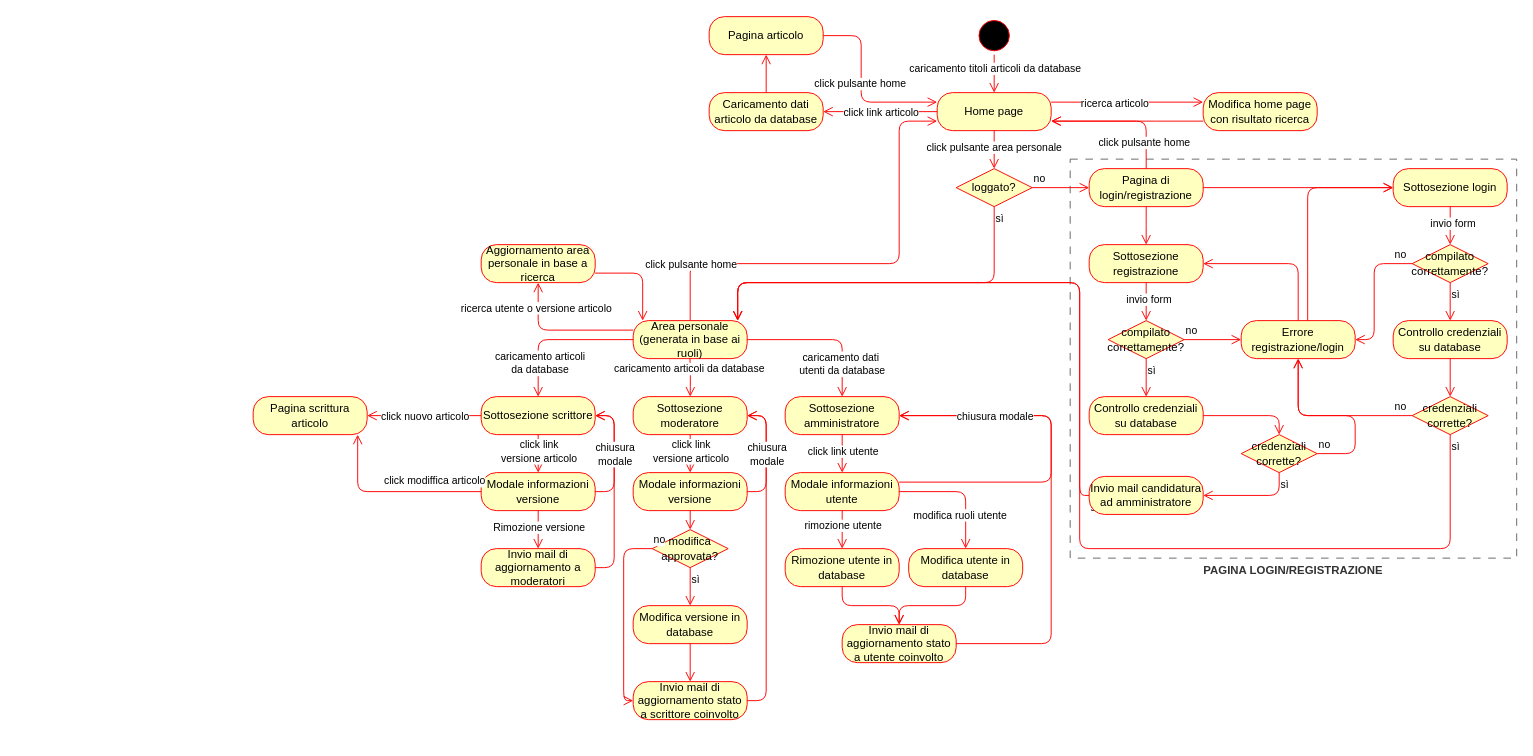
LucaAvveduto/5C_WikiStudenti_Avveduto_Barani_Brambilla_Cecire keeps this draw.io diagram as docs/UML/wikistudenti_home_login_register_stato.drawio. Above is the earlier version. Source tidied: cells renumbered, new cells numbered last; positions are measured from the earlier drawing's top-left corner, leaving out a move shared by most shapes. Both pictures are drawn from the tidied source at 95%, with x=0, y=0 at pixel (253, 16).
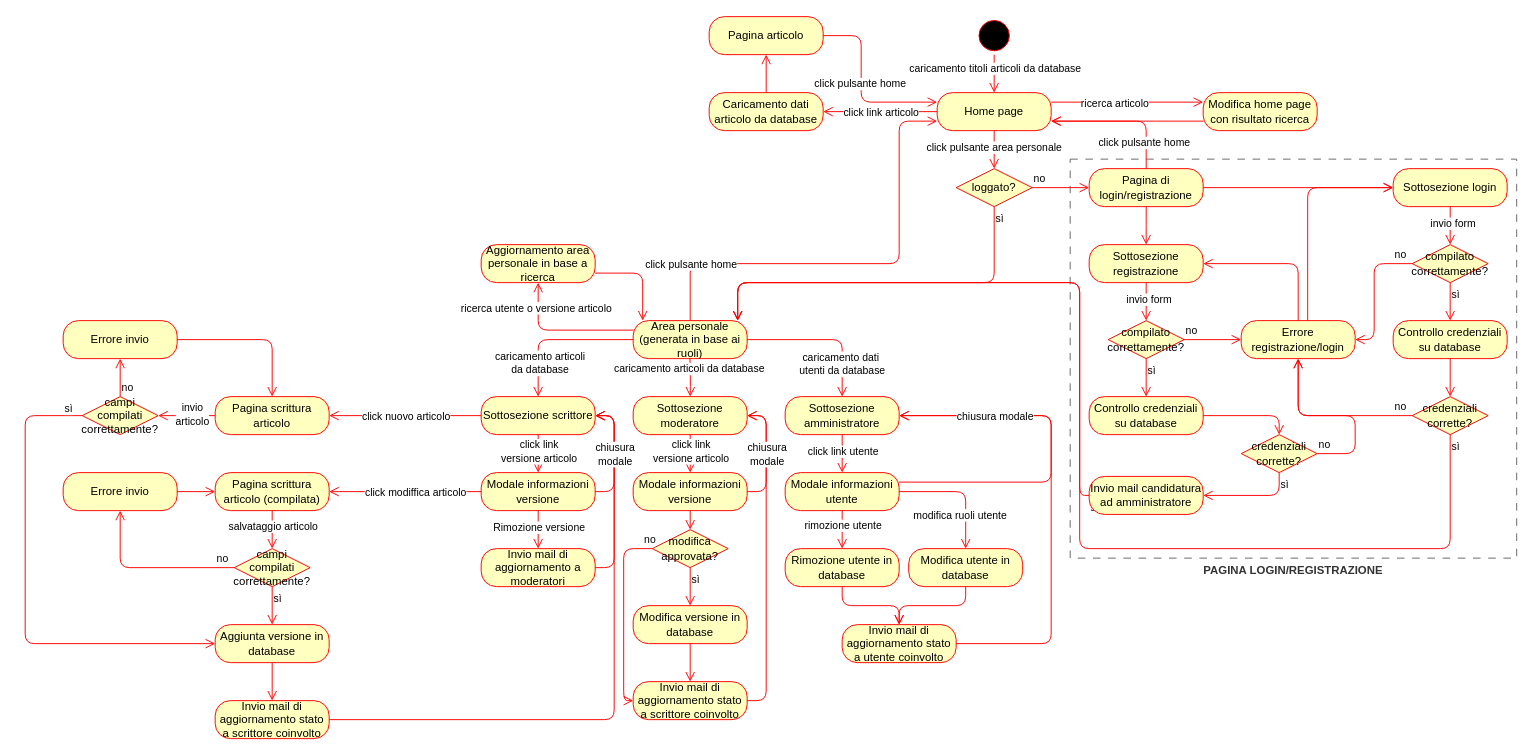
The same page after the edit.

Commit message:
agg uml

The change refers to these unchanged cells:
```xml
<mxCell id="64" value="Sottosezione scrittore" style="rounded=1;whiteSpace=wrap;html=1;arcSize=40;fontColor=#000000;fillColor=#ffffc0;strokeColor=#ff0000;" parent="1" vertex="1">
  <mxGeometry x="240" y="400" width="120" height="40" as="geometry" />
</mxCell>
<mxCell id="85" value="Invio mail di aggiornamento stato a scrittore coinvolto" style="rounded=1;whiteSpace=wrap;html=1;arcSize=40;fontColor=#000000;fillColor=#ffffc0;strokeColor=#ff0000;" parent="1" vertex="1">
  <mxGeometry x="400" y="700" width="120" height="40" as="geometry" />
</mxCell>
<mxCell id="96" style="edgeStyle=orthogonalEdgeStyle;html=1;verticalAlign=bottom;endArrow=open;endSize=8;strokeColor=#ff0000;" parent="1" edge="1" source="64" target="95">
  <mxGeometry relative="1" as="geometry" />
</mxCell>
<mxCell id="98" value="&lt;span style=&quot;color: rgb(0, 0, 0);&quot;&gt;Modale informazioni versione&lt;/span&gt;" style="rounded=1;whiteSpace=wrap;html=1;arcSize=40;fontColor=#000000;fillColor=#ffffc0;strokeColor=#ff0000;" parent="1" vertex="1">
  <mxGeometry x="240" y="480" width="120" height="40" as="geometry" />
</mxCell>
<mxCell id="107" style="edgeStyle=orthogonalEdgeStyle;html=1;verticalAlign=bottom;endArrow=open;endSize=8;strokeColor=#ff0000;" parent="1" edge="1" source="98" target="64">
  <mxGeometry relative="1" as="geometry">
    <Array as="points">
      <mxPoint x="380" y="500" />
      <mxPoint x="380" y="420" />
    </Array>
  </mxGeometry>
</mxCell>
<mxCell id="109" value="modifica&lt;div&gt;approvata?&lt;/div&gt;" style="rhombus;whiteSpace=wrap;html=1;fontColor=#000000;fillColor=#ffffc0;strokeColor=#ff0000;" parent="1" vertex="1">
  <mxGeometry x="420" y="540" width="80" height="40" as="geometry" />
</mxCell>
```

What changed in the source:
```diff
@@
     <mxCell id="95" value="Pagina scrittura articolo" style="rounded=1;whiteSpace=wrap;html=1;arcSize=40;fontColor=#000000;fillColor=#ffffc0;strokeColor=#ff0000;" parent="1" vertex="1">
-      <mxGeometry y="400" width="120" height="40" as="geometry" />
+      <mxGeometry x="-40" y="400" width="120" height="40" as="geometry" />
     </mxCell>
@@
     <mxCell id="97" value="click nuovo articolo" style="edgeLabel;html=1;align=center;verticalAlign=middle;" parent="96" vertex="1">
       <mxGeometry x="0.55" y="1" relative="1" as="geometry">
-        <mxPoint x="33" y="-1" as="offset" />
+        <mxPoint x="44" y="-1" as="offset" />
       </mxGeometry>
     </mxCell>
@@
-    <mxCell id="101" style="edgeStyle=orthogonalEdgeStyle;html=1;verticalAlign=bottom;endArrow=open;endSize=8;strokeColor=#ff0000;" parent="1" edge="1" source="98" target="95">
-      <mxGeometry relative="1" as="geometry">
-        <Array as="points">
-          <mxPoint x="110" y="500" />
-        </Array>
-      </mxGeometry>
+    <mxCell id="101" style="edgeStyle=orthogonalEdgeStyle;html=1;verticalAlign=bottom;endArrow=open;endSize=8;strokeColor=#ff0000;" parent="1" edge="1" source="98" target="113">
+      <mxGeometry relative="1" as="geometry" />
     </mxCell>
     <mxCell id="102" value="click modiffica articolo" style="edgeLabel;html=1;align=center;verticalAlign=middle;" parent="101" vertex="1">
       <mxGeometry x="0.55" y="1" relative="1" as="geometry">
-        <mxPoint x="81" y="5" as="offset" />
+        <mxPoint x="54" y="-1" as="offset" />
       </mxGeometry>
     </mxCell>
@@
-    <mxCell id="108" value="chiusura&lt;div&gt;modale&lt;/div&gt;" style="edgeLabel;html=1;align=center;verticalAlign=middle;" parent="107" vertex="1">
-      <mxGeometry x="0.6" y="3" relative="1" as="geometry">
-        <mxPoint x="3" y="36" as="offset" />
-      </mxGeometry>
-    </mxCell>
@@
     <mxCell id="110" value="no" style="edgeStyle=orthogonalEdgeStyle;html=1;align=left;verticalAlign=bottom;endArrow=open;endSize=8;strokeColor=#ff0000;" parent="1" edge="1" source="109" target="85">
-      <mxGeometry x="-1" relative="1" as="geometry">
+      <mxGeometry x="-0.9" relative="1" as="geometry">
         <Array as="points">
           <mxPoint x="390" y="560" />
           <mxPoint x="390" y="720" />
         </Array>
       </mxGeometry>
     </mxCell>
@@
+    <mxCell id="113" value="Pagina scrittura articolo (compilata)" style="rounded=1;whiteSpace=wrap;html=1;arcSize=40;fontColor=#000000;fillColor=#ffffc0;strokeColor=#ff0000;" parent="1" vertex="1">
+      <mxGeometry x="-40" y="480" width="120" height="40" as="geometry" />
+    </mxCell>
+    <mxCell id="114" value="campi compilati correttamente?" style="rhombus;whiteSpace=wrap;html=1;fontColor=#000000;fillColor=#ffffc0;strokeColor=#ff0000;" parent="1" vertex="1">
+      <mxGeometry x="-20" y="560" width="80" height="40" as="geometry" />
+    </mxCell>
+    <mxCell id="115" value="no" style="edgeStyle=orthogonalEdgeStyle;html=1;align=left;verticalAlign=bottom;endArrow=open;endSize=8;strokeColor=#ff0000;" parent="1" edge="1" source="114" target="125">
+      <mxGeometry x="-0.78" relative="1" as="geometry" />
+    </mxCell>
+    <mxCell id="116" value="sì" style="edgeStyle=orthogonalEdgeStyle;html=1;align=left;verticalAlign=top;endArrow=open;endSize=8;strokeColor=#ff0000;" parent="1" edge="1" source="114" target="121">
+      <mxGeometry x="-1" relative="1" as="geometry" />
+    </mxCell>
+    <mxCell id="117" style="edgeStyle=orthogonalEdgeStyle;html=1;verticalAlign=bottom;endArrow=open;endSize=8;strokeColor=#ff0000;" parent="1" edge="1" source="95" target="122">
+      <mxGeometry relative="1" as="geometry" />
+    </mxCell>
+    <mxCell id="118" value="invio&lt;div&gt;articolo&lt;/div&gt;" style="edgeLabel;html=1;align=center;verticalAlign=middle;" parent="117" vertex="1">
+      <mxGeometry x="0.08" y="-2" relative="1" as="geometry">
+        <mxPoint x="7" as="offset" />
+      </mxGeometry>
+    </mxCell>
+    <mxCell id="119" style="edgeStyle=orthogonalEdgeStyle;html=1;verticalAlign=bottom;endArrow=open;endSize=8;strokeColor=#ff0000;" parent="1" edge="1" source="113" target="114">
+      <mxGeometry relative="1" as="geometry" />
+    </mxCell>
+    <mxCell id="120" value="salvataggio articolo" style="edgeLabel;html=1;align=center;verticalAlign=middle;" parent="119" vertex="1">
+      <mxGeometry x="0.55" y="1" relative="1" as="geometry">
+        <mxPoint x="-1" y="-15" as="offset" />
+      </mxGeometry>
+    </mxCell>
+    <mxCell id="121" value="Aggiunta versione in database" style="rounded=1;whiteSpace=wrap;html=1;arcSize=40;fontColor=#000000;fillColor=#ffffc0;strokeColor=#ff0000;" parent="1" vertex="1">
+      <mxGeometry x="-40" y="640" width="120" height="40" as="geometry" />
+    </mxCell>
+    <mxCell id="122" value="&lt;span style=&quot;color: rgb(0, 0, 0);&quot;&gt;campi compilati correttamente?&lt;/span&gt;" style="rhombus;whiteSpace=wrap;html=1;fontColor=#000000;fillColor=#ffffc0;strokeColor=#ff0000;" parent="1" vertex="1">
+      <mxGeometry x="-180" y="400" width="80" height="40" as="geometry" />
+    </mxCell>
+    <mxCell id="123" value="no" style="edgeStyle=orthogonalEdgeStyle;html=1;align=left;verticalAlign=bottom;endArrow=open;endSize=8;strokeColor=#ff0000;" parent="1" edge="1" source="122" target="127">
+      <mxGeometry x="-1" relative="1" as="geometry" />
+    </mxCell>
+    <mxCell id="124" value="sì" style="edgeStyle=orthogonalEdgeStyle;html=1;align=left;verticalAlign=top;endArrow=open;endSize=8;strokeColor=#ff0000;" parent="1" edge="1" source="122" target="121">
+      <mxGeometry x="-0.92" y="-20" relative="1" as="geometry">
+        <Array as="points">
+          <mxPoint x="-240" y="420" />
+          <mxPoint x="-240" y="660" />
+        </Array>
+      </mxGeometry>
+    </mxCell>
+    <mxCell id="125" value="Errore invio" style="rounded=1;whiteSpace=wrap;html=1;arcSize=40;fontColor=#000000;fillColor=#ffffc0;strokeColor=#ff0000;" parent="1" vertex="1">
+      <mxGeometry x="-200" y="480" width="120" height="40" as="geometry" />
+    </mxCell>
+    <mxCell id="126" style="edgeStyle=orthogonalEdgeStyle;html=1;align=left;verticalAlign=bottom;endArrow=open;endSize=8;strokeColor=#ff0000;" parent="1" edge="1" source="125" target="113">
+      <mxGeometry x="-0.78" relative="1" as="geometry" />
+    </mxCell>
+    <mxCell id="127" value="Errore invio" style="rounded=1;whiteSpace=wrap;html=1;arcSize=40;fontColor=#000000;fillColor=#ffffc0;strokeColor=#ff0000;" parent="1" vertex="1">
+      <mxGeometry x="-200" y="320" width="120" height="40" as="geometry" />
+    </mxCell>
+    <mxCell id="128" style="edgeStyle=orthogonalEdgeStyle;html=1;align=left;verticalAlign=bottom;endArrow=open;endSize=8;strokeColor=#ff0000;" parent="1" edge="1" source="127" target="95">
+      <mxGeometry x="-0.78" relative="1" as="geometry" />
+    </mxCell>
+    <mxCell id="129" value="Invio mail di aggiornamento stato a scrittore coinvolto" style="rounded=1;whiteSpace=wrap;html=1;arcSize=40;fontColor=#000000;fillColor=#ffffc0;strokeColor=#ff0000;" parent="1" vertex="1">
+      <mxGeometry x="-40" y="720" width="120" height="40" as="geometry" />
+    </mxCell>
+    <mxCell id="130" style="edgeStyle=orthogonalEdgeStyle;html=1;verticalAlign=bottom;endArrow=open;endSize=8;strokeColor=#ff0000;" parent="1" edge="1" source="121" target="129">
+      <mxGeometry relative="1" as="geometry" />
+    </mxCell>
+    <mxCell id="131" style="edgeStyle=orthogonalEdgeStyle;html=1;verticalAlign=bottom;endArrow=open;endSize=8;strokeColor=#ff0000;" parent="1" edge="1" source="129" target="64">
+      <mxGeometry relative="1" as="geometry">
+        <Array as="points">
+          <mxPoint x="380" y="740" />
+          <mxPoint x="380" y="420" />
+        </Array>
+      </mxGeometry>
+    </mxCell>
+    <mxCell id="108" value="chiusura&lt;div&gt;modale&lt;/div&gt;" style="edgeLabel;html=1;align=center;verticalAlign=middle;" parent="1" vertex="1">
+      <mxGeometry x="380" y="460" as="geometry" />
+    </mxCell>
```
